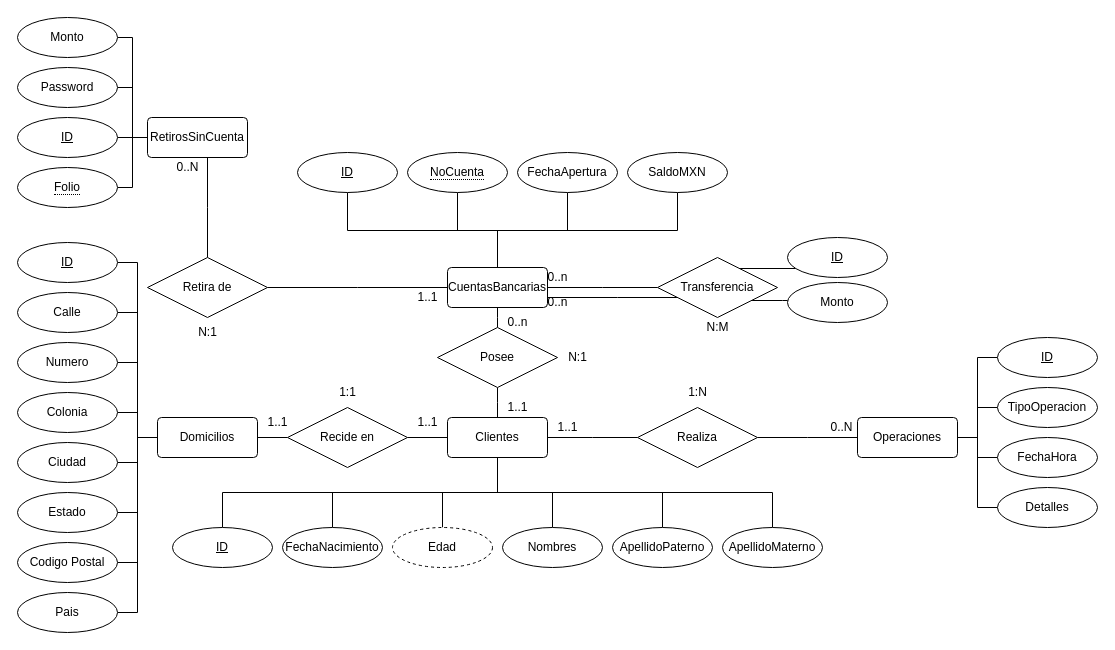
Above: modelado/Propuesta1/ModeloER.drawio in SilverFlin/banco-ADB (draw.io), before the change. Source tidied: cells renumbered, new cells numbered last; positions are measured from the earlier drawing's top-left corner, leaving out a move shared by most shapes. Both pictures are drawn from the tidied source at 100%, with x=0, y=0 at pixel (17, 17).
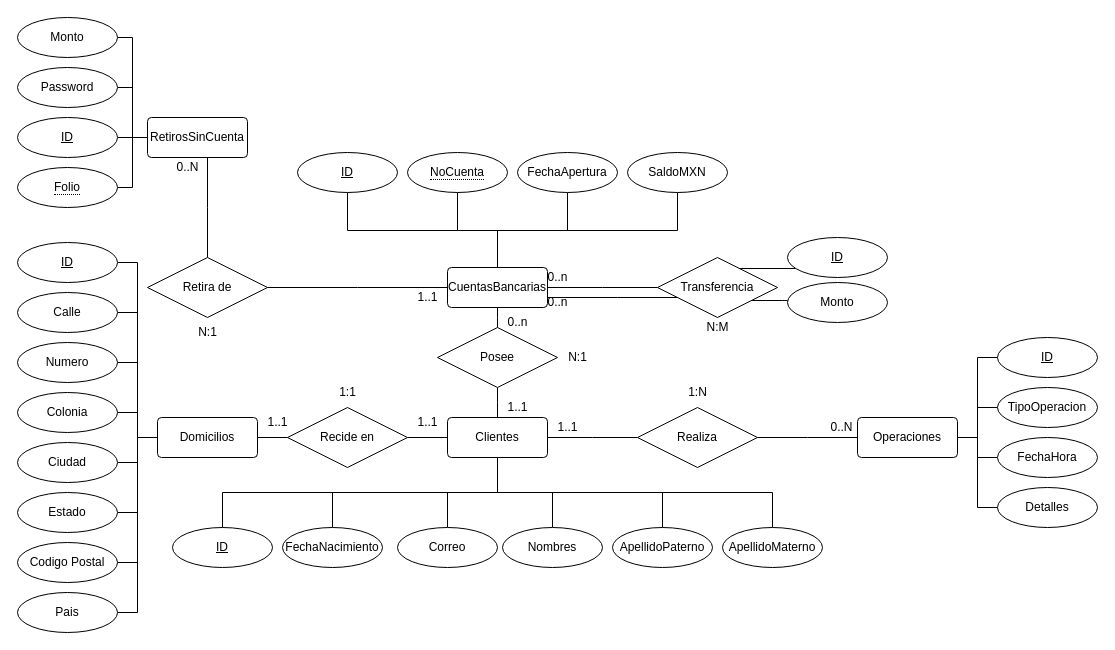
The same diagram, later.

Commit message (it also covers changes not shown here):
fix: correo de cliente

The change refers to these unchanged cells:
```xml
<mxCell id="8" value="Clientes" style="rounded=1;arcSize=10;whiteSpace=wrap;html=1;align=center;" parent="1" vertex="1">
  <mxGeometry x="430" y="400" width="100" height="40" as="geometry" />
</mxCell>
```

Diff of the diagram source:
```diff
@@
-    <mxCell id="5" style="edgeStyle=elbowEdgeStyle;rounded=0;jettySize=auto;elbow=vertical;html=1;entryX=0.5;entryY=0;entryDx=0;entryDy=0;endArrow=none;endFill=0;exitX=0.5;exitY=1;exitDx=0;exitDy=0;" parent="1" edge="1" source="8" target="39">
+    <mxCell id="5" style="edgeStyle=elbowEdgeStyle;rounded=0;jettySize=auto;elbow=vertical;html=1;entryX=0.5;entryY=0;entryDx=0;entryDy=0;endArrow=none;endFill=0;exitX=0.5;exitY=1;exitDx=0;exitDy=0;" parent="1" edge="1" source="8" target="93">
       <mxGeometry relative="1" as="geometry" />
     </mxCell>
@@
-    <mxCell id="39" value="Edad" style="ellipse;whiteSpace=wrap;html=1;align=center;dashed=1;" parent="1" vertex="1">
-      <mxGeometry x="375" y="510" width="100" height="40" as="geometry" />
-    </mxCell>
@@
+    <mxCell id="93" value="Correo" style="ellipse;whiteSpace=wrap;html=1;align=center;" parent="1" vertex="1">
+      <mxGeometry x="380" y="510" width="100" height="40" as="geometry" />
+    </mxCell>
```
